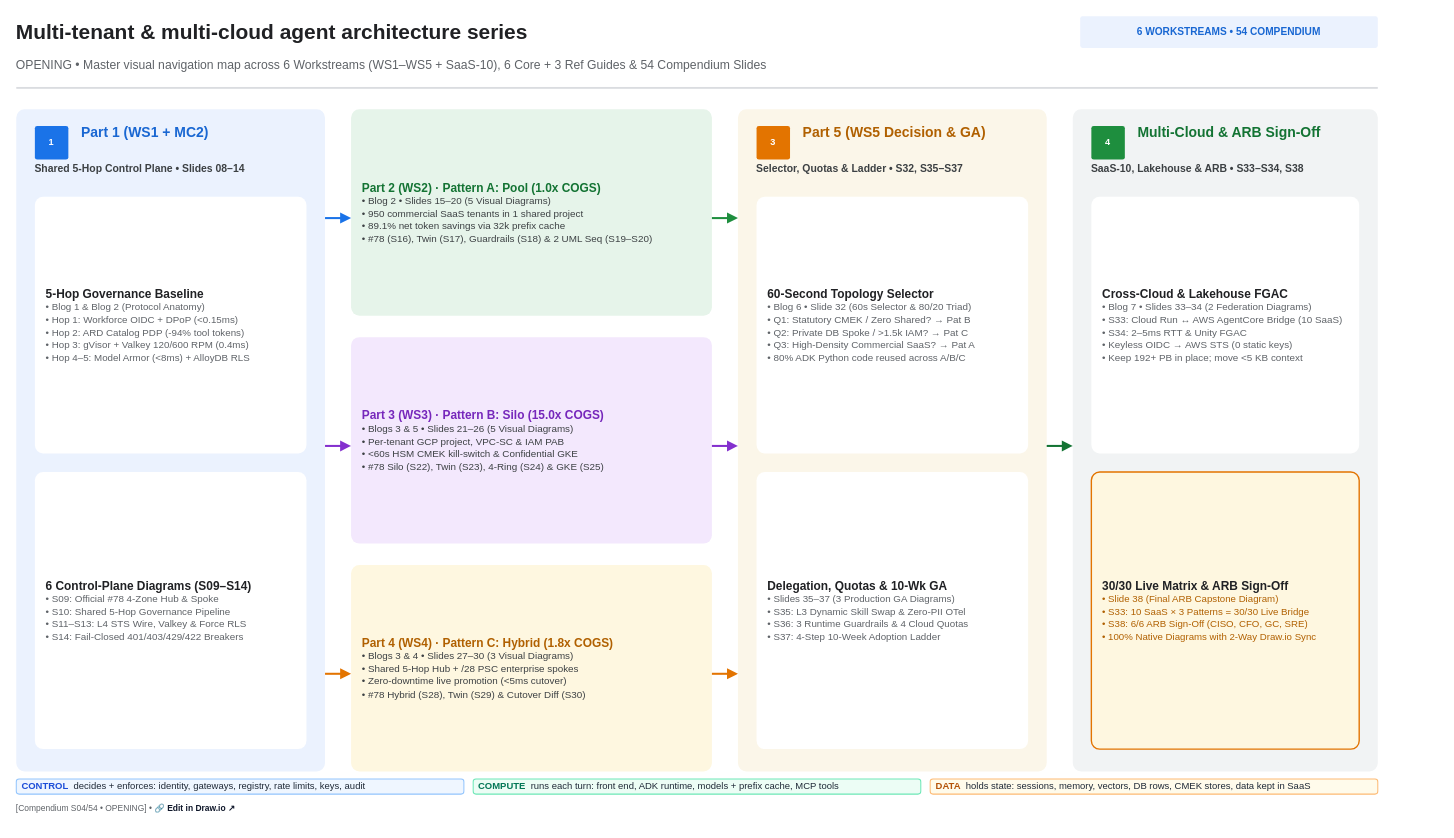
The draw.io diagram diagrams/compendium/drawio/s01-master-series-taxonomy-map.drawio in nitinaggarwal-12/blogs, before the edit. Source tidied: cells renumbered, new cells numbered last; positions are measured from the earlier drawing's top-left corner, leaving out a move shared by most shapes. Both pictures are drawn from the tidied source at 93%, with x=0, y=0 at pixel (16, 16).
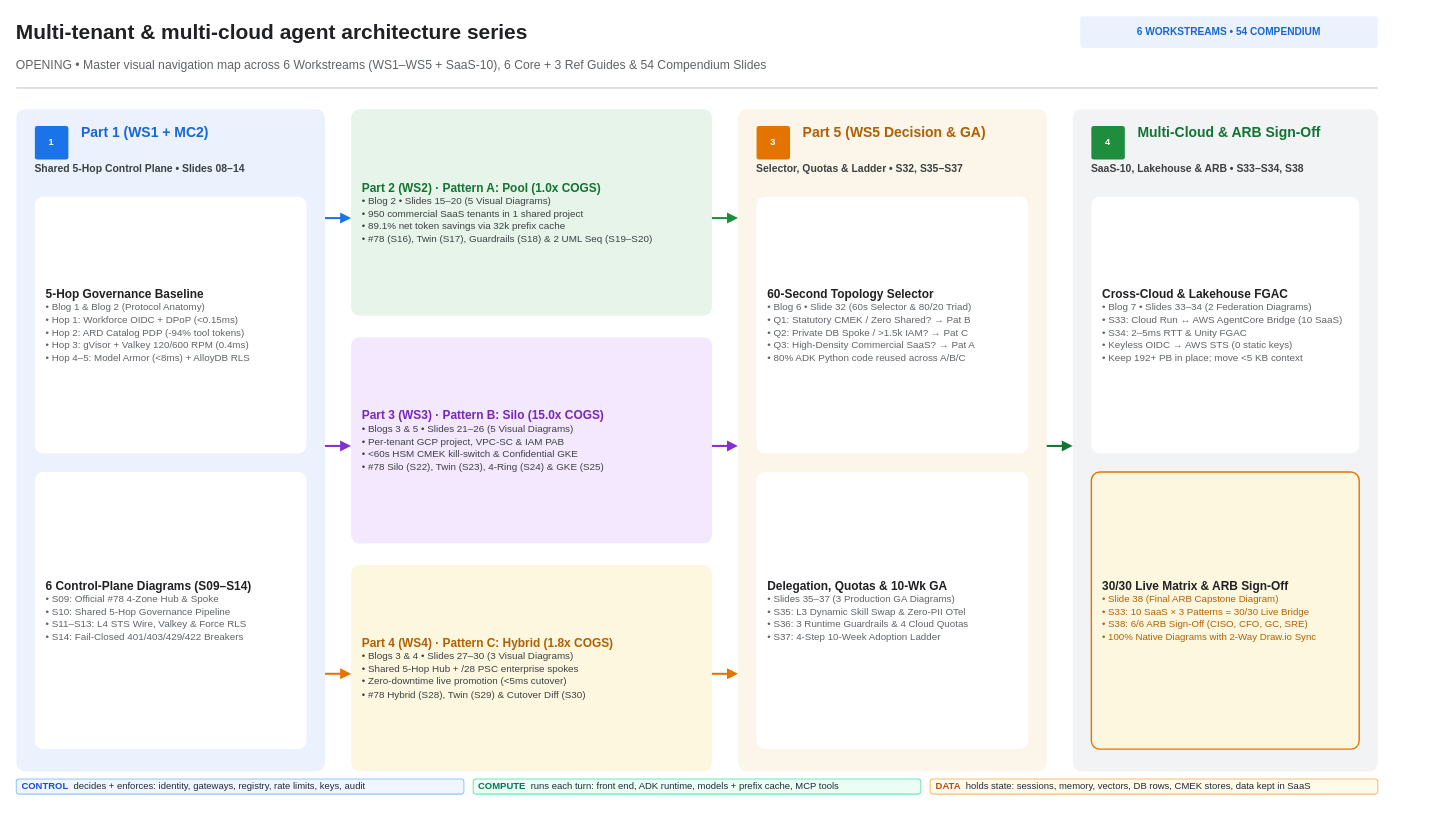
After the change.

Diff of the diagram source:
```diff
@@
-    <mxCell id="34" value="&lt;div style=&quot;line-height:1.06;margin:0;padding:0;&quot;&gt;&lt;span style=&quot;font-size:9.1px;color:#5F6368;&quot;&gt;[Compendium S04/54 • OPENING]  •  &lt;/span&gt;&lt;span style=&quot;font-size:9.1px;color:#0F172A;&quot;&gt;&lt;b&gt;🔗 Edit in Draw.io ↗&lt;/b&gt;&lt;/span&gt;&lt;/div&gt;" style="html=1;whiteSpace=wrap;rounded=1;absoluteArcSize=1;arcSize=5;fillColor=none;strokeColor=none;fontColor=#5F6368;fontSize=9.1;align=left;verticalAlign=middle;spacing=0;spacingLeft=0;spacingRight=0;spacingTop=0;spacingBottom=0;" parent="1" vertex="1">
-      <mxGeometry y="838.4" width="1464" height="28" as="geometry" />
-    </mxCell>
```
